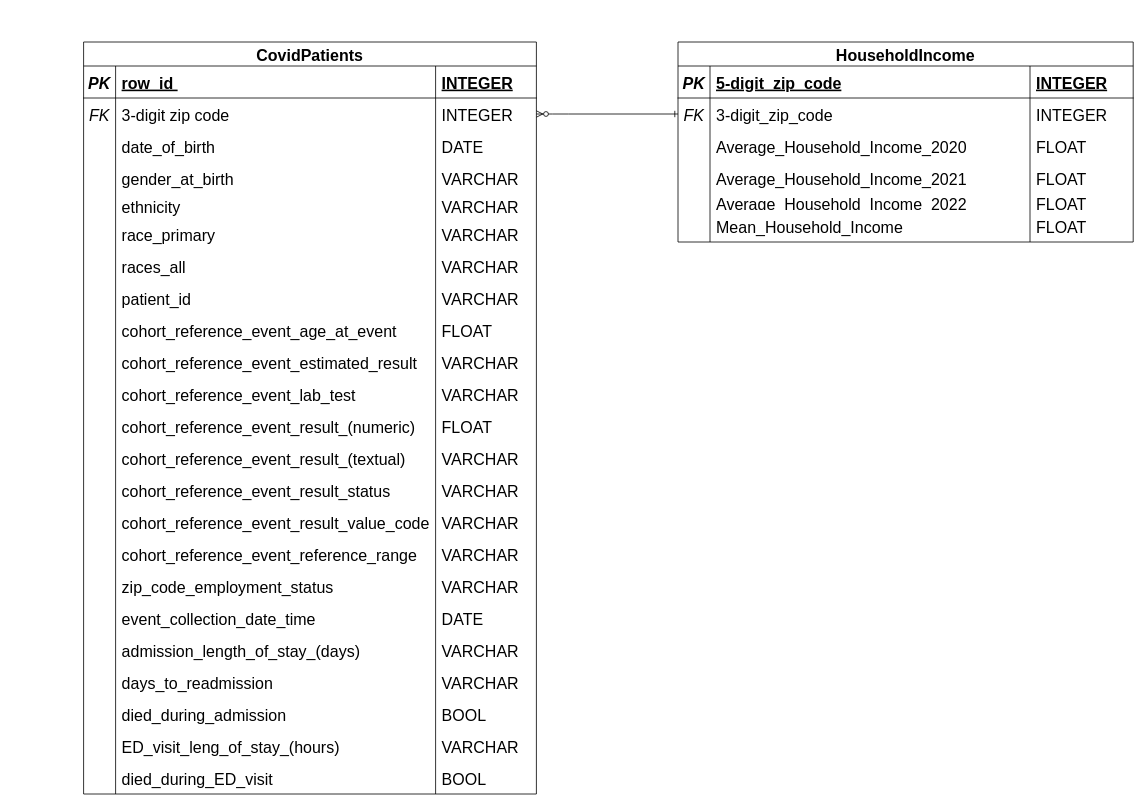
Above: methods/covid_income_diagram.drawio in ronghanli2002/Analyzing-COVID-19-Disparities-in-Missouri-Through-a-Socioeconomic-Lens (draw.io), before the change. Source tidied: cells renumbered, new cells numbered last; positions are measured from the earlier drawing's top-left corner, leaving out a move shared by most shapes. Both pictures are drawn from the tidied source at 80%, with x=0, y=0 at pixel (83, 42).
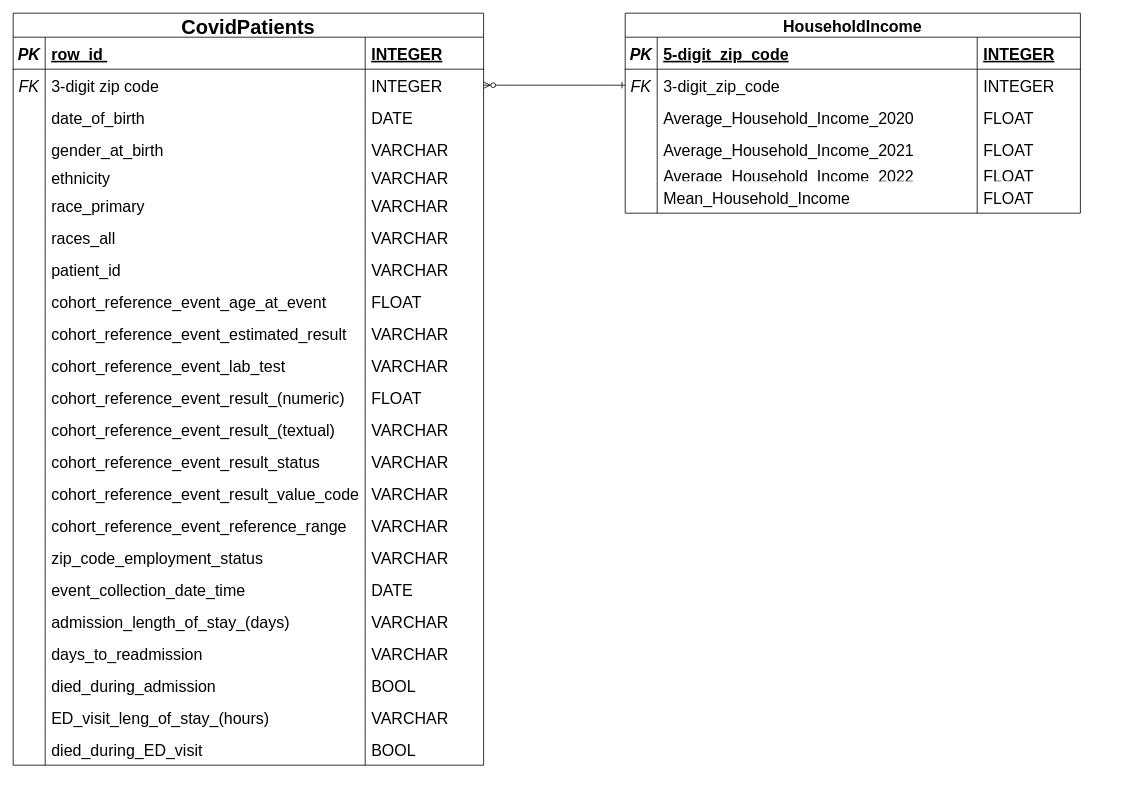
The same page after the edit.

The change refers to these unchanged cells:
```xml
<mxCell id="100" style="shape=partialRectangle;fillColor=none;points=[[0,0.5],[1,0.5]];portConstraint=eastwest;top=0;left=0;right=0;bottom=0;fontSize=20;" parent="95" vertex="1">
  <mxGeometry y="70" width="569" height="40" as="geometry" />
</mxCell>
```

What changed in the source:
```diff
@@
-    <mxCell id="2" value="CovidPatients" style="shape=table;startSize=30;childLayout=tableLayout;rowLines=0;fontStyle=1;align=center;fontSize=20;" parent="1" vertex="1">
-      <mxGeometry width="566" height="940" as="geometry" />
+    <mxCell id="2" value="CovidPatients" style="shape=table;startSize=30;childLayout=tableLayout;rowLines=0;fontStyle=1;align=center;fontSize=25;" parent="1" vertex="1">
+      <mxGeometry x="-88" y="-36" width="588" height="940" as="geometry" />
     </mxCell>
     <mxCell id="3" style="shape=partialRectangle;fillColor=none;top=0;left=0;right=0;bottom=1;fontSize=20;" parent="2" vertex="1">
-      <mxGeometry y="30" width="566" height="40" as="geometry" />
+      <mxGeometry y="30" width="588" height="40" as="geometry" />
     </mxCell>
@@
     <mxCell id="6" value="INTEGER" style="shape=partialRectangle;overflow=hidden;fillColor=none;top=0;left=0;bottom=0;right=0;align=left;spacingLeft=6;fontStyle=5;fontSize=20;" parent="3" vertex="1">
-      <mxGeometry x="440" width="126" height="40" as="geometry" />
+      <mxGeometry x="440" width="148" height="40" as="geometry" />
     </mxCell>
     <mxCell id="7" style="shape=partialRectangle;fillColor=none;points=[[0,0.5],[1,0.5]];portConstraint=eastwest;top=0;left=0;right=0;bottom=0;fontSize=20;" parent="2" vertex="1">
-      <mxGeometry y="70" width="566" height="40" as="geometry" />
+      <mxGeometry y="70" width="588" height="40" as="geometry" />
     </mxCell>
@@
     <mxCell id="10" value="INTEGER" style="shape=partialRectangle;overflow=hidden;fillColor=none;top=0;left=0;bottom=0;right=0;align=left;spacingLeft=6;fontSize=20;" parent="7" vertex="1">
-      <mxGeometry x="440" width="126" height="40" as="geometry" />
+      <mxGeometry x="440" width="148" height="40" as="geometry" />
     </mxCell>
     <mxCell id="11" style="shape=partialRectangle;fillColor=none;top=0;left=0;right=0;bottom=0;fontSize=20;" parent="2" vertex="1">
-      <mxGeometry y="110" width="566" height="40" as="geometry" />
+      <mxGeometry y="110" width="588" height="40" as="geometry" />
     </mxCell>
@@
     <mxCell id="14" value="DATE" style="shape=partialRectangle;overflow=hidden;fillColor=none;top=0;left=0;bottom=0;right=0;align=left;spacingLeft=6;fontSize=20;" parent="11" vertex="1">
-      <mxGeometry x="440" width="126" height="40" as="geometry" />
+      <mxGeometry x="440" width="148" height="40" as="geometry" />
     </mxCell>
     <mxCell id="15" style="shape=partialRectangle;fillColor=none;top=0;left=0;right=0;bottom=0;fontSize=20;" parent="2" vertex="1">
-      <mxGeometry y="150" width="566" height="40" as="geometry" />
+      <mxGeometry y="150" width="588" height="40" as="geometry" />
     </mxCell>
@@
     <mxCell id="18" value="VARCHAR" style="shape=partialRectangle;overflow=hidden;fillColor=none;top=0;left=0;bottom=0;right=0;align=left;spacingLeft=6;fontSize=20;" parent="15" vertex="1">
-      <mxGeometry x="440" width="126" height="40" as="geometry" />
+      <mxGeometry x="440" width="148" height="40" as="geometry" />
     </mxCell>
     <mxCell id="19" style="shape=partialRectangle;fillColor=none;top=0;left=0;right=0;bottom=0;fontSize=20;" parent="2" vertex="1">
-      <mxGeometry y="190" width="566" height="30" as="geometry" />
+      <mxGeometry y="190" width="588" height="30" as="geometry" />
     </mxCell>
@@
     <mxCell id="22" value="VARCHAR" style="shape=partialRectangle;overflow=hidden;fillColor=none;top=0;left=0;bottom=0;right=0;align=left;spacingLeft=6;fontSize=20;" parent="19" vertex="1">
-      <mxGeometry x="440" width="126" height="30" as="geometry" />
+      <mxGeometry x="440" width="148" height="30" as="geometry" />
     </mxCell>
     <mxCell id="23" style="shape=partialRectangle;fillColor=none;top=0;left=0;right=0;bottom=0;fontSize=20;" parent="2" vertex="1">
-      <mxGeometry y="220" width="566" height="40" as="geometry" />
+      <mxGeometry y="220" width="588" height="40" as="geometry" />
     </mxCell>
@@
     <mxCell id="26" value="VARCHAR" style="shape=partialRectangle;overflow=hidden;fillColor=none;top=0;left=0;bottom=0;right=0;align=left;spacingLeft=6;fontSize=20;" parent="23" vertex="1">
-      <mxGeometry x="440" width="126" height="40" as="geometry" />
+      <mxGeometry x="440" width="148" height="40" as="geometry" />
     </mxCell>
     <mxCell id="27" style="shape=partialRectangle;fillColor=none;top=0;left=0;right=0;bottom=0;fontSize=20;" parent="2" vertex="1">
-      <mxGeometry y="260" width="566" height="40" as="geometry" />
+      <mxGeometry y="260" width="588" height="40" as="geometry" />
     </mxCell>
@@
     <mxCell id="30" value="VARCHAR" style="shape=partialRectangle;overflow=hidden;fillColor=none;top=0;left=0;bottom=0;right=0;align=left;spacingLeft=6;fontSize=20;" parent="27" vertex="1">
-      <mxGeometry x="440" width="126" height="40" as="geometry" />
+      <mxGeometry x="440" width="148" height="40" as="geometry" />
     </mxCell>
     <mxCell id="31" style="shape=partialRectangle;fillColor=none;top=0;left=0;right=0;bottom=0;fontSize=20;" parent="2" vertex="1">
-      <mxGeometry y="300" width="566" height="40" as="geometry" />
+      <mxGeometry y="300" width="588" height="40" as="geometry" />
     </mxCell>
@@
     <mxCell id="34" value="VARCHAR" style="shape=partialRectangle;overflow=hidden;fillColor=none;top=0;left=0;bottom=0;right=0;align=left;spacingLeft=6;fontSize=20;" parent="31" vertex="1">
-      <mxGeometry x="440" width="126" height="40" as="geometry" />
+      <mxGeometry x="440" width="148" height="40" as="geometry" />
     </mxCell>
     <mxCell id="35" style="shape=partialRectangle;fillColor=none;top=0;left=0;right=0;bottom=0;fontSize=20;" parent="2" vertex="1">
-      <mxGeometry y="340" width="566" height="40" as="geometry" />
+      <mxGeometry y="340" width="588" height="40" as="geometry" />
     </mxCell>
@@
     <mxCell id="38" value="FLOAT" style="shape=partialRectangle;overflow=hidden;fillColor=none;top=0;left=0;bottom=0;right=0;align=left;spacingLeft=6;fontSize=20;" parent="35" vertex="1">
-      <mxGeometry x="440" width="126" height="40" as="geometry" />
+      <mxGeometry x="440" width="148" height="40" as="geometry" />
     </mxCell>
     <mxCell id="39" style="shape=partialRectangle;fillColor=none;top=0;left=0;right=0;bottom=0;fontSize=20;" parent="2" vertex="1">
-      <mxGeometry y="380" width="566" height="40" as="geometry" />
+      <mxGeometry y="380" width="588" height="40" as="geometry" />
     </mxCell>
@@
     <mxCell id="42" value="VARCHAR" style="shape=partialRectangle;overflow=hidden;fillColor=none;top=0;left=0;bottom=0;right=0;align=left;spacingLeft=6;fontSize=20;" parent="39" vertex="1">
-      <mxGeometry x="440" width="126" height="40" as="geometry" />
+      <mxGeometry x="440" width="148" height="40" as="geometry" />
     </mxCell>
     <mxCell id="43" style="shape=partialRectangle;fillColor=none;top=0;left=0;right=0;bottom=0;fontSize=20;" parent="2" vertex="1">
-      <mxGeometry y="420" width="566" height="40" as="geometry" />
+      <mxGeometry y="420" width="588" height="40" as="geometry" />
     </mxCell>
@@
     <mxCell id="46" value="VARCHAR" style="shape=partialRectangle;overflow=hidden;fillColor=none;top=0;left=0;bottom=0;right=0;align=left;spacingLeft=6;fontSize=20;" parent="43" vertex="1">
-      <mxGeometry x="440" width="126" height="40" as="geometry" />
+      <mxGeometry x="440" width="148" height="40" as="geometry" />
     </mxCell>
     <mxCell id="47" style="shape=partialRectangle;fillColor=none;top=0;left=0;right=0;bottom=0;fontSize=20;" parent="2" vertex="1">
-      <mxGeometry y="460" width="566" height="40" as="geometry" />
+      <mxGeometry y="460" width="588" height="40" as="geometry" />
     </mxCell>
@@
     <mxCell id="50" value="FLOAT" style="shape=partialRectangle;overflow=hidden;fillColor=none;top=0;left=0;bottom=0;right=0;align=left;spacingLeft=6;fontSize=20;" parent="47" vertex="1">
-      <mxGeometry x="440" width="126" height="40" as="geometry" />
+      <mxGeometry x="440" width="148" height="40" as="geometry" />
     </mxCell>
     <mxCell id="51" style="shape=partialRectangle;fillColor=none;top=0;left=0;right=0;bottom=0;fontSize=20;" parent="2" vertex="1">
-      <mxGeometry y="500" width="566" height="40" as="geometry" />
+      <mxGeometry y="500" width="588" height="40" as="geometry" />
     </mxCell>
@@
     <mxCell id="54" value="VARCHAR" style="shape=partialRectangle;overflow=hidden;fillColor=none;top=0;left=0;bottom=0;right=0;align=left;spacingLeft=6;fontSize=20;" parent="51" vertex="1">
-      <mxGeometry x="440" width="126" height="40" as="geometry" />
+      <mxGeometry x="440" width="148" height="40" as="geometry" />
     </mxCell>
     <mxCell id="55" style="shape=partialRectangle;fillColor=none;top=0;left=0;right=0;bottom=0;fontSize=20;" parent="2" vertex="1">
-      <mxGeometry y="540" width="566" height="40" as="geometry" />
+      <mxGeometry y="540" width="588" height="40" as="geometry" />
     </mxCell>
@@
     <mxCell id="58" value="VARCHAR" style="shape=partialRectangle;overflow=hidden;fillColor=none;top=0;left=0;bottom=0;right=0;align=left;spacingLeft=6;fontSize=20;" parent="55" vertex="1">
-      <mxGeometry x="440" width="126" height="40" as="geometry" />
+      <mxGeometry x="440" width="148" height="40" as="geometry" />
     </mxCell>
     <mxCell id="59" style="shape=partialRectangle;fillColor=none;top=0;left=0;right=0;bottom=0;fontSize=20;" parent="2" vertex="1">
-      <mxGeometry y="580" width="566" height="40" as="geometry" />
+      <mxGeometry y="580" width="588" height="40" as="geometry" />
     </mxCell>
@@
     <mxCell id="62" value="VARCHAR" style="shape=partialRectangle;overflow=hidden;fillColor=none;top=0;left=0;bottom=0;right=0;align=left;spacingLeft=6;fontSize=20;" parent="59" vertex="1">
-      <mxGeometry x="440" width="126" height="40" as="geometry" />
+      <mxGeometry x="440" width="148" height="40" as="geometry" />
     </mxCell>
     <mxCell id="63" style="shape=partialRectangle;fillColor=none;top=0;left=0;right=0;bottom=0;fontSize=20;" parent="2" vertex="1">
-      <mxGeometry y="620" width="566" height="40" as="geometry" />
+      <mxGeometry y="620" width="588" height="40" as="geometry" />
     </mxCell>
@@
     <mxCell id="66" value="VARCHAR" style="shape=partialRectangle;overflow=hidden;fillColor=none;top=0;left=0;bottom=0;right=0;align=left;spacingLeft=6;fontSize=20;" parent="63" vertex="1">
-      <mxGeometry x="440" width="126" height="40" as="geometry" />
+      <mxGeometry x="440" width="148" height="40" as="geometry" />
     </mxCell>
     <mxCell id="67" style="shape=partialRectangle;fillColor=none;top=0;left=0;right=0;bottom=0;fontSize=20;" parent="2" vertex="1">
-      <mxGeometry y="660" width="566" height="40" as="geometry" />
+      <mxGeometry y="660" width="588" height="40" as="geometry" />
     </mxCell>
@@
     <mxCell id="70" value="VARCHAR" style="shape=partialRectangle;overflow=hidden;fillColor=none;top=0;left=0;bottom=0;right=0;align=left;spacingLeft=6;fontSize=20;" parent="67" vertex="1">
-      <mxGeometry x="440" width="126" height="40" as="geometry" />
+      <mxGeometry x="440" width="148" height="40" as="geometry" />
     </mxCell>
     <mxCell id="71" style="shape=partialRectangle;fillColor=none;top=0;left=0;right=0;bottom=0;fontSize=20;" parent="2" vertex="1">
-      <mxGeometry y="700" width="566" height="40" as="geometry" />
+      <mxGeometry y="700" width="588" height="40" as="geometry" />
     </mxCell>
@@
     <mxCell id="74" value="DATE" style="shape=partialRectangle;overflow=hidden;fillColor=none;top=0;left=0;bottom=0;right=0;align=left;spacingLeft=6;fontSize=20;" parent="71" vertex="1">
-      <mxGeometry x="440" width="126" height="40" as="geometry" />
+      <mxGeometry x="440" width="148" height="40" as="geometry" />
     </mxCell>
     <mxCell id="75" style="shape=partialRectangle;fillColor=none;top=0;left=0;right=0;bottom=0;fontSize=20;" parent="2" vertex="1">
-      <mxGeometry y="740" width="566" height="40" as="geometry" />
+      <mxGeometry y="740" width="588" height="40" as="geometry" />
     </mxCell>
@@
     <mxCell id="78" value="VARCHAR" style="shape=partialRectangle;overflow=hidden;fillColor=none;top=0;left=0;bottom=0;right=0;align=left;spacingLeft=6;fontSize=20;" parent="75" vertex="1">
-      <mxGeometry x="440" width="126" height="40" as="geometry" />
+      <mxGeometry x="440" width="148" height="40" as="geometry" />
     </mxCell>
     <mxCell id="79" style="shape=partialRectangle;fillColor=none;top=0;left=0;right=0;bottom=0;fontSize=20;" parent="2" vertex="1">
-      <mxGeometry y="780" width="566" height="40" as="geometry" />
+      <mxGeometry y="780" width="588" height="40" as="geometry" />
     </mxCell>
@@
     <mxCell id="82" value="VARCHAR" style="shape=partialRectangle;overflow=hidden;fillColor=none;top=0;left=0;bottom=0;right=0;align=left;spacingLeft=6;fontSize=20;" parent="79" vertex="1">
-      <mxGeometry x="440" width="126" height="40" as="geometry" />
+      <mxGeometry x="440" width="148" height="40" as="geometry" />
     </mxCell>
     <mxCell id="83" style="shape=partialRectangle;fillColor=none;top=0;left=0;right=0;bottom=0;fontSize=20;" parent="2" vertex="1">
-      <mxGeometry y="820" width="566" height="40" as="geometry" />
+      <mxGeometry y="820" width="588" height="40" as="geometry" />
     </mxCell>
@@
     <mxCell id="86" value="BOOL" style="shape=partialRectangle;overflow=hidden;fillColor=none;top=0;left=0;bottom=0;right=0;align=left;spacingLeft=6;fontSize=20;" parent="83" vertex="1">
-      <mxGeometry x="440" width="126" height="40" as="geometry" />
+      <mxGeometry x="440" width="148" height="40" as="geometry" />
     </mxCell>
     <mxCell id="87" style="shape=partialRectangle;fillColor=none;top=0;left=0;right=0;bottom=0;fontSize=20;" parent="2" vertex="1">
-      <mxGeometry y="860" width="566" height="40" as="geometry" />
+      <mxGeometry y="860" width="588" height="40" as="geometry" />
     </mxCell>
@@
     <mxCell id="90" value="VARCHAR" style="shape=partialRectangle;overflow=hidden;fillColor=none;top=0;left=0;bottom=0;right=0;align=left;spacingLeft=6;fontSize=20;" parent="87" vertex="1">
-      <mxGeometry x="440" width="126" height="40" as="geometry" />
+      <mxGeometry x="440" width="148" height="40" as="geometry" />
     </mxCell>
     <mxCell id="91" style="shape=partialRectangle;fillColor=none;top=0;left=0;right=0;bottom=0;fontSize=20;" parent="2" vertex="1">
-      <mxGeometry y="900" width="566" height="40" as="geometry" />
+      <mxGeometry y="900" width="588" height="40" as="geometry" />
     </mxCell>
@@
     <mxCell id="94" value="BOOL" style="shape=partialRectangle;overflow=hidden;fillColor=none;top=0;left=0;bottom=0;right=0;align=left;spacingLeft=6;fontSize=20;" parent="91" vertex="1">
-      <mxGeometry x="440" width="126" height="40" as="geometry" />
+      <mxGeometry x="440" width="148" height="40" as="geometry" />
     </mxCell>
     <mxCell id="95" value="HouseholdIncome" style="shape=table;startSize=30;childLayout=tableLayout;rowLines=0;fontStyle=1;align=center;fontSize=20;" parent="1" vertex="1">
-      <mxGeometry x="743" width="569" height="250" as="geometry" />
+      <mxGeometry x="677" y="-36" width="569" height="250" as="geometry" />
     </mxCell>
@@
     <mxCell id="120" style="edgeStyle=entityRelationEdgeStyle;endArrow=ERzeroToMany;startArrow=ERone;endFill=1;startFill=0;exitX=0;exitY=0.5;exitDx=0;exitDy=0;entryX=1;entryY=0.5;entryDx=0;entryDy=0;fontSize=20;" parent="1" edge="1" source="100" target="7">
       <mxGeometry relative="1" as="geometry">
         <Array as="points">
-          <mxPoint x="896" y="158" />
+          <mxPoint x="830" y="122" />
         </Array>
       </mxGeometry>
     </mxCell>
```
